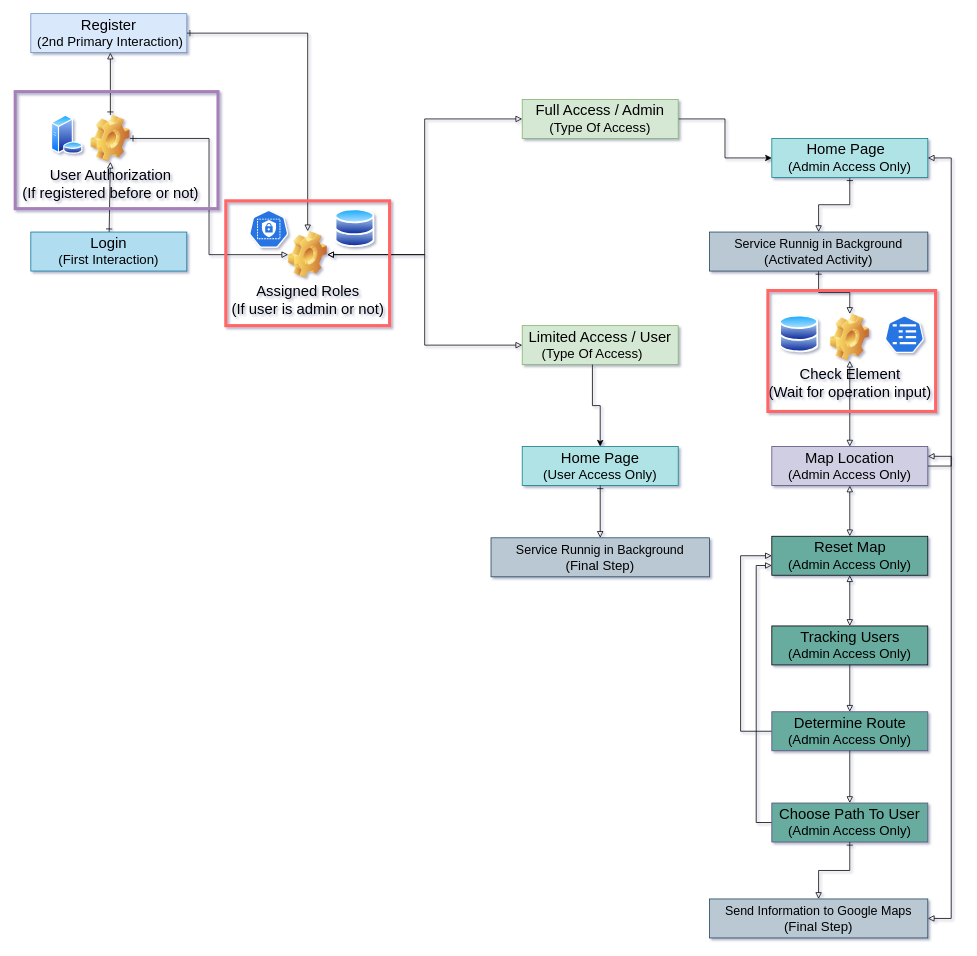
Earlier version of the draw.io diagram Untitled Diagram.drawio (George2G/Diagram_Diploma). Source tidied: cells renumbered, new cells numbered last; positions are measured from the earlier drawing's top-left corner, leaving out a move shared by most shapes. Both pictures are drawn from the tidied source at 78%, with x=0, y=0 at pixel (15, 13).
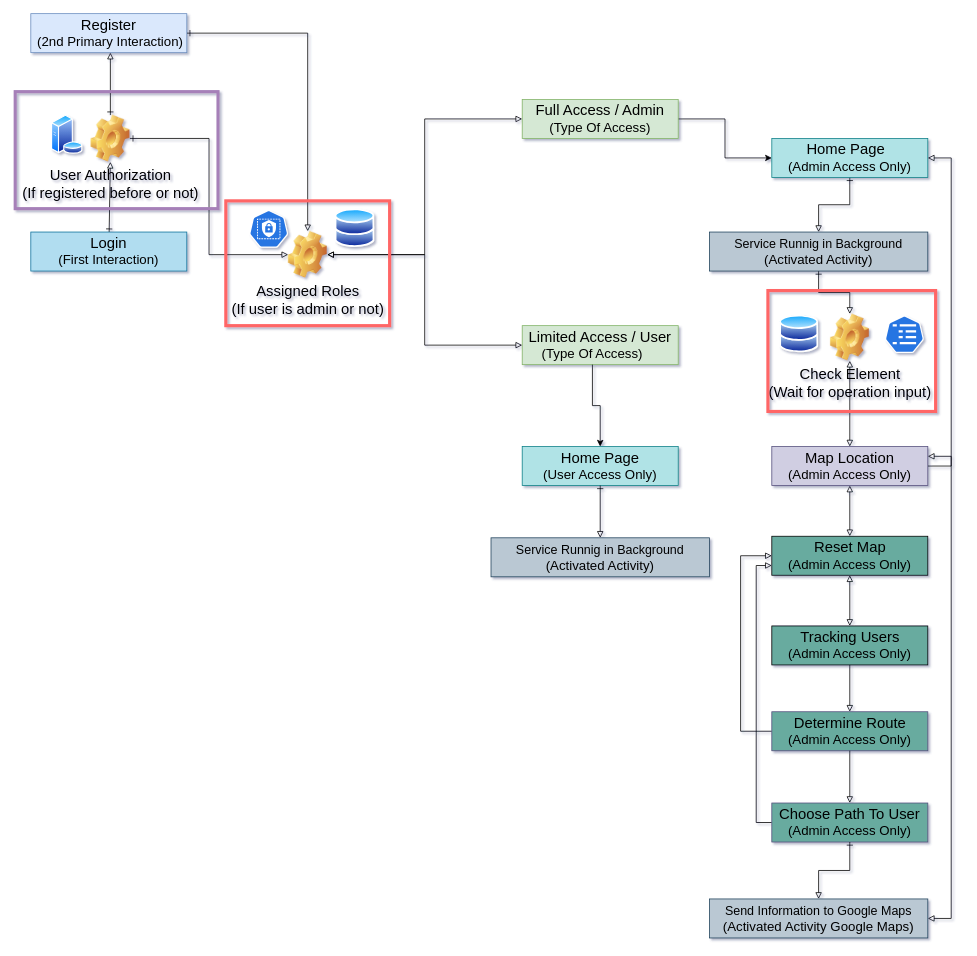
After the change.

Change to the diagram source:
```diff
@@
-    <mxCell id="41" value="&lt;font style=&quot;font-size: 17px&quot;&gt;(Final Step)&lt;/font&gt;" style="text;html=1;strokeColor=none;fillColor=none;align=center;verticalAlign=middle;whiteSpace=wrap;rounded=0;fontSize=20;" parent="1" vertex="1">
+    <mxCell id="41" value="&lt;font style=&quot;font-size: 17px&quot;&gt;(Activated Activity)&lt;/font&gt;" style="text;html=1;strokeColor=none;fillColor=none;align=center;verticalAlign=middle;whiteSpace=wrap;rounded=0;fontSize=20;" parent="1" vertex="1">
       <mxGeometry x="670" y="692" width="160" height="30" as="geometry" />
     </mxCell>
@@
-    <mxCell id="59" value="&lt;font style=&quot;font-size: 17px&quot;&gt;(Final Step)&lt;/font&gt;" style="text;html=1;strokeColor=none;fillColor=none;align=center;verticalAlign=middle;whiteSpace=wrap;rounded=0;fontSize=20;" parent="1" vertex="1">
-      <mxGeometry x="950" y="1155" width="160" height="30" as="geometry" />
+    <mxCell id="59" value="&lt;font style=&quot;font-size: 17px&quot;&gt;(Activated Activity Google Maps)&lt;/font&gt;" style="text;html=1;strokeColor=none;fillColor=none;align=center;verticalAlign=middle;whiteSpace=wrap;rounded=0;fontSize=20;" parent="1" vertex="1">
+      <mxGeometry x="890" y="1155" width="280" height="30" as="geometry" />
     </mxCell>
```
